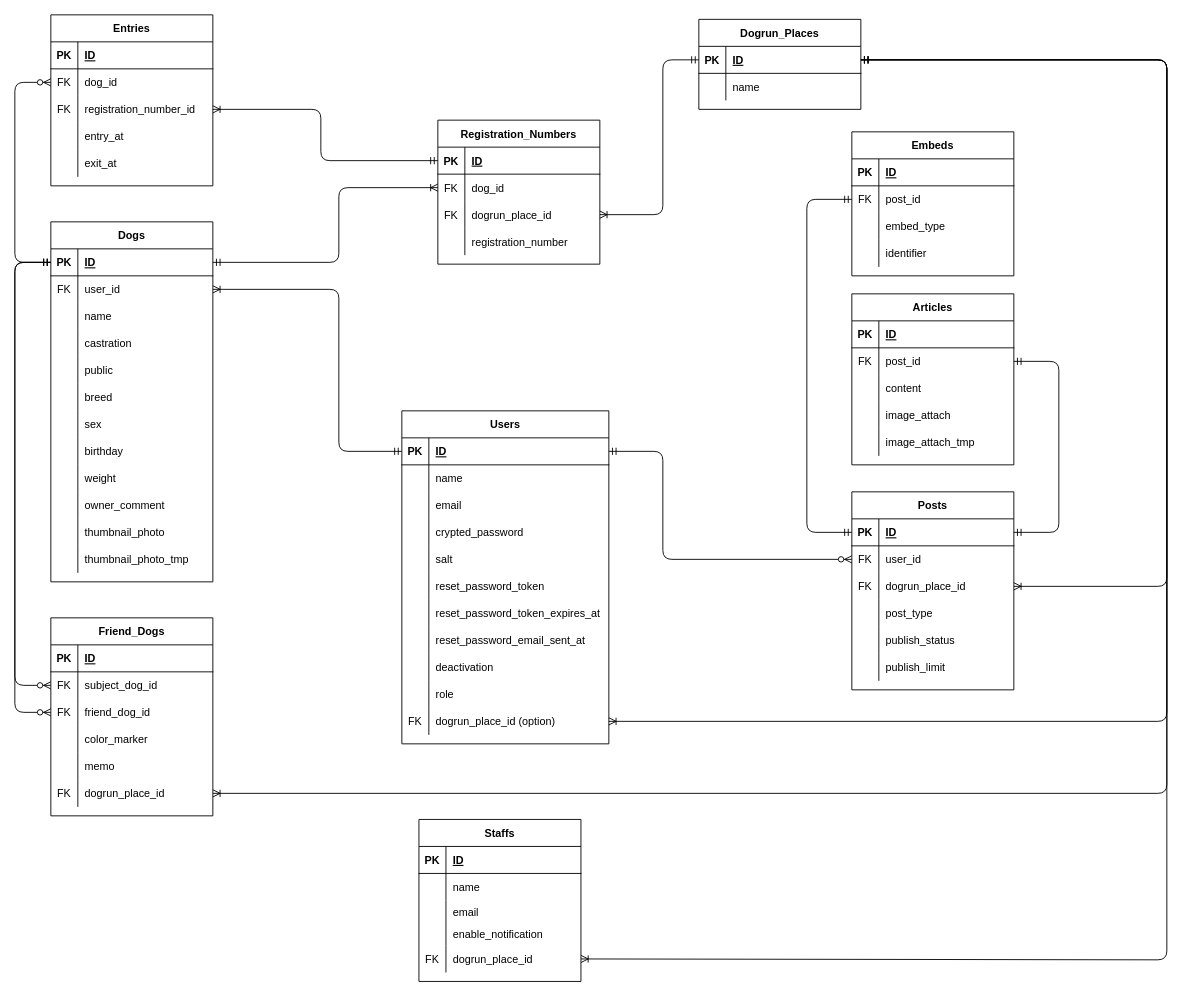
This is ER_diagram.drawio from Kedaruma-Bond/dogrun_connect_app, a draw.io file, before an edit. Source tidied: cells renumbered, new cells numbered last; positions are measured from the earlier drawing's top-left corner, leaving out a move shared by most shapes. Both pictures are drawn from the tidied source at 90%, with x=0, y=0 at pixel (14, 14).
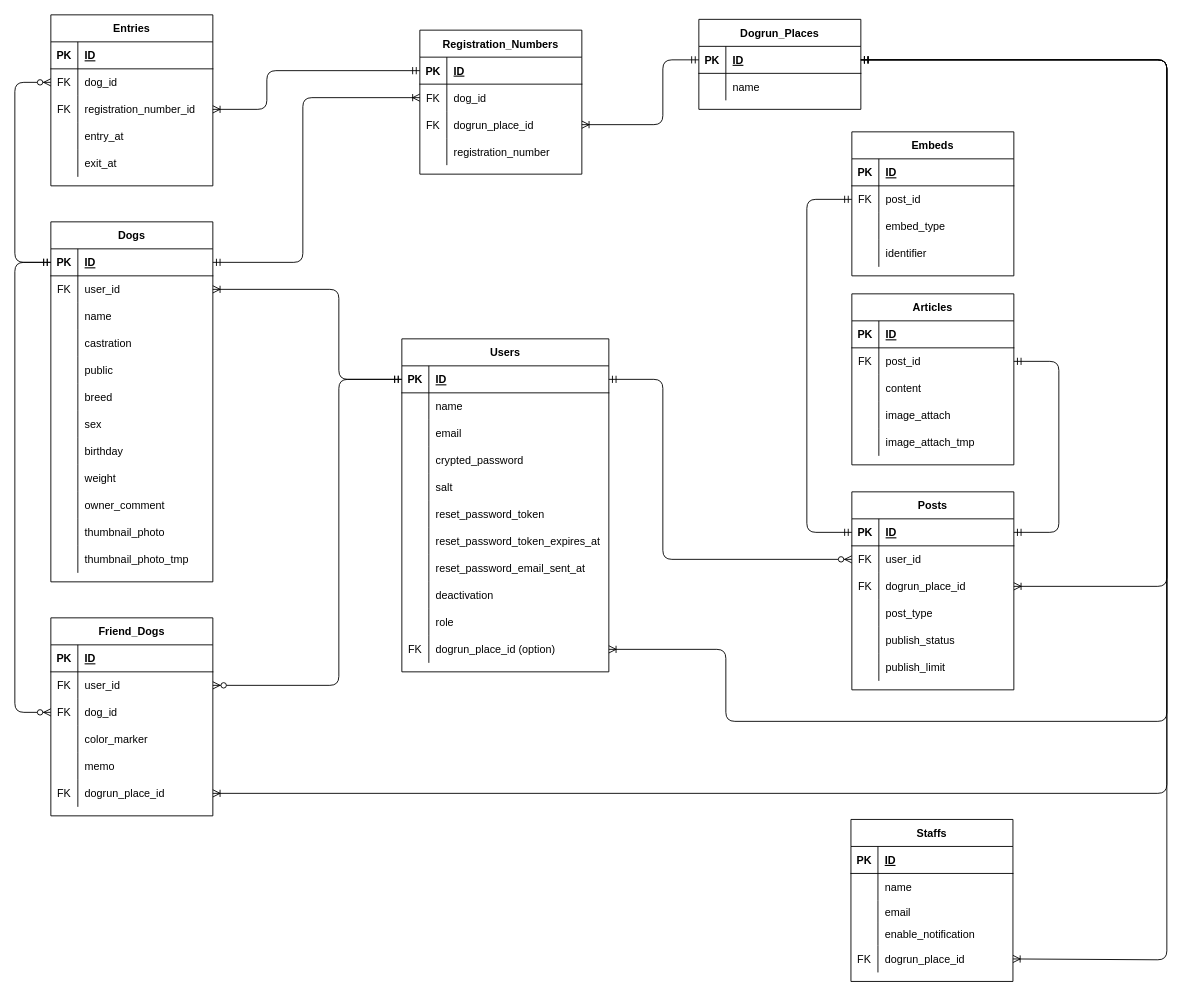
Above is the later version.

Commit message (it also covers changes not shown here):
#32 friend_dog tableのdog参照column無効化+redis storeの動作確認用

The change refers to these unchanged cells:
```xml
<mxCell id="9" style="shape=partialRectangle;fillColor=none;top=0;left=0;bottom=0;right=0;points=[[0,0.5],[1,0.5]];portConstraint=eastwest;" parent="2" vertex="1">
  <mxGeometry y="90" width="180" height="30" as="geometry" />
</mxCell>
<mxCell id="19" style="shape=partialRectangle;fillColor=none;top=0;left=0;bottom=1;right=0;points=[[0,0.5],[1,0.5]];portConstraint=eastwest;" parent="18" vertex="1">
  <mxGeometry y="30" width="230" height="30" as="geometry" />
</mxCell>
<mxCell id="49" style="shape=partialRectangle;fillColor=none;top=0;left=0;bottom=0;right=0;points=[[0,0.5],[1,0.5]];portConstraint=eastwest;" parent="18" vertex="1">
  <mxGeometry y="330" width="230" height="30" as="geometry" />
</mxCell>
<mxCell id="69" style="shape=partialRectangle;fillColor=none;top=0;left=0;bottom=1;right=0;points=[[0,0.5],[1,0.5]];portConstraint=eastwest;" parent="68" vertex="1">
  <mxGeometry y="30" width="180" height="30" as="geometry" />
</mxCell>
<mxCell id="72" style="shape=partialRectangle;fillColor=none;top=0;left=0;bottom=0;right=0;points=[[0,0.5],[1,0.5]];portConstraint=eastwest;" parent="68" vertex="1">
  <mxGeometry y="60" width="180" height="30" as="geometry" />
</mxCell>
<mxCell id="109" style="shape=partialRectangle;fillColor=none;top=0;left=0;bottom=0;right=0;points=[[0,0.5],[1,0.5]];portConstraint=eastwest;" parent="105" vertex="1">
  <mxGeometry y="60" width="180" height="30" as="geometry" />
</mxCell>
<mxCell id="131" style="shape=partialRectangle;fillColor=none;top=0;left=0;bottom=0;right=0;points=[[0,0.5],[1,0.5]];portConstraint=eastwest;" parent="127" vertex="1">
  <mxGeometry y="60" width="180" height="30" as="geometry" />
</mxCell>
<mxCell id="134" style="shape=partialRectangle;fillColor=none;top=0;left=0;bottom=0;right=0;points=[[0,0.5],[1,0.5]];portConstraint=eastwest;" parent="127" vertex="1">
  <mxGeometry y="90" width="180" height="30" as="geometry" />
</mxCell>
<mxCell id="149" style="shape=tableRow;horizontal=0;startSize=0;swimlaneHead=0;swimlaneBody=0;fillColor=none;points=[[0,0.5],[1,0.5]];portConstraint=eastwest;top=0;left=0;right=0;bottom=1;" parent="148" vertex="1">
  <mxGeometry y="30" width="180" height="30" as="geometry" />
</mxCell>
<mxCell id="152" style="shape=tableRow;horizontal=0;startSize=0;swimlaneHead=0;swimlaneBody=0;fillColor=none;points=[[0,0.5],[1,0.5]];portConstraint=eastwest;top=0;left=0;right=0;bottom=0;strokeColor=none;" parent="148" vertex="1">
  <mxGeometry y="60" width="180" height="30" as="geometry" />
</mxCell>
<mxCell id="155" style="shape=tableRow;horizontal=0;startSize=0;swimlaneHead=0;swimlaneBody=0;fillColor=none;points=[[0,0.5],[1,0.5]];portConstraint=eastwest;top=0;left=0;right=0;bottom=0;strokeColor=none;" parent="148" vertex="1">
  <mxGeometry y="90" width="180" height="30" as="geometry" />
</mxCell>
<mxCell id="164" style="shape=tableRow;horizontal=0;startSize=0;swimlaneHead=0;swimlaneBody=0;fillColor=none;points=[[0,0.5],[1,0.5]];portConstraint=eastwest;top=0;left=0;right=0;bottom=1;" parent="163" vertex="1">
  <mxGeometry y="30" width="180" height="30" as="geometry" />
</mxCell>
```

What changed in the source:
```diff
@@
     <mxCell id="18" value="Users" style="shape=table;startSize=30;childLayout=tableLayout;rowLines=0;fontStyle=1;align=center;" parent="1" vertex="1">
-      <mxGeometry x="430" y="440" width="230" height="370" as="geometry" />
+      <mxGeometry x="430" y="360" width="230" height="370" as="geometry" />
     </mxCell>
@@
     <mxCell id="52" value="Staffs" style="shape=table;startSize=30;childLayout=tableLayout;rowLines=0;fontStyle=1;align=center;" parent="1" vertex="1">
-      <mxGeometry x="449" y="894" width="180" height="180" as="geometry" />
+      <mxGeometry x="929" y="894" width="180" height="180" as="geometry" />
     </mxCell>
@@
     <mxCell id="125" style="edgeStyle=orthogonalEdgeStyle;fontSize=12;html=1;endArrow=ERzeroToMany;startArrow=ERmandOne;exitX=1;exitY=0.5;exitDx=0;exitDy=0;entryX=0;entryY=0.5;entryDx=0;entryDy=0;" parent="1" edge="1" source="19" target="109">
       <mxGeometry relative="1" as="geometry">
         <Array as="points">
-          <mxPoint x="720" y="485" />
+          <mxPoint x="720" y="405" />
           <mxPoint x="720" y="605" />
         </Array>
       </mxGeometry>
     </mxCell>
     <mxCell id="126" style="edgeStyle=orthogonalEdgeStyle;fontSize=12;html=1;endArrow=ERoneToMany;startArrow=ERmandOne;exitX=0;exitY=0.5;exitDx=0;exitDy=0;entryX=1;entryY=0.5;entryDx=0;entryDy=0;" parent="1" edge="1" source="19" target="72">
       <mxGeometry relative="1" as="geometry">
         <Array as="points">
-          <mxPoint x="360" y="485" />
+          <mxPoint x="360" y="405" />
           <mxPoint x="360" y="305" />
         </Array>
       </mxGeometry>
     </mxCell>
@@
-    <mxCell id="133" value="subject_dog_id" style="shape=partialRectangle;fillColor=none;top=0;left=0;bottom=0;right=0;align=left;spacingLeft=6;overflow=hidden;" parent="131" vertex="1">
+    <mxCell id="133" value="user_id" style="shape=partialRectangle;fillColor=none;top=0;left=0;bottom=0;right=0;align=left;spacingLeft=6;overflow=hidden;" parent="131" vertex="1">
       <mxGeometry x="30" width="150" height="30" as="geometry" />
     </mxCell>
@@
-    <mxCell id="136" value="friend_dog_id" style="shape=partialRectangle;fillColor=none;top=0;left=0;bottom=0;right=0;align=left;spacingLeft=6;overflow=hidden;" parent="134" vertex="1">
+    <mxCell id="136" value="dog_id" style="shape=partialRectangle;fillColor=none;top=0;left=0;bottom=0;right=0;align=left;spacingLeft=6;overflow=hidden;" parent="134" vertex="1">
       <mxGeometry x="30" width="150" height="30" as="geometry" />
     </mxCell>
@@
-    <mxCell id="146" style="edgeStyle=orthogonalEdgeStyle;fontSize=12;html=1;endArrow=ERzeroToMany;startArrow=ERmandOne;exitX=0;exitY=0.5;exitDx=0;exitDy=0;entryX=0;entryY=0.5;entryDx=0;entryDy=0;" parent="1" edge="1" source="69" target="131">
+    <mxCell id="146" style="edgeStyle=orthogonalEdgeStyle;fontSize=12;html=1;endArrow=ERzeroToMany;startArrow=ERmandOne;entryX=1;entryY=0.5;entryDx=0;entryDy=0;exitX=0;exitY=0.5;exitDx=0;exitDy=0;" parent="1" edge="1" source="19" target="131">
       <mxGeometry relative="1" as="geometry">
         <Array as="points">
-          <mxPoint y="275" />
-          <mxPoint y="745" />
+          <mxPoint x="360" y="405" />
+          <mxPoint x="360" y="745" />
         </Array>
       </mxGeometry>
     </mxCell>
@@
     <mxCell id="148" value="Registration_Numbers" style="shape=table;startSize=30;childLayout=tableLayout;rowLines=0;fontStyle=1;align=center;" parent="1" vertex="1">
-      <mxGeometry x="470" y="117" width="180" height="160" as="geometry" />
+      <mxGeometry x="450" y="17" width="180" height="160" as="geometry" />
     </mxCell>
@@
     <mxCell id="161" style="edgeStyle=orthogonalEdgeStyle;fontSize=12;html=1;endArrow=ERoneToMany;startArrow=ERmandOne;exitX=1;exitY=0.5;exitDx=0;exitDy=0;entryX=0;entryY=0.5;entryDx=0;entryDy=0;" parent="1" edge="1" source="69" target="152">
       <mxGeometry relative="1" as="geometry">
         <Array as="points">
-          <mxPoint x="360" y="275" />
-          <mxPoint x="360" y="192" />
+          <mxPoint x="320" y="275" />
+          <mxPoint x="320" y="92" />
         </Array>
       </mxGeometry>
     </mxCell>
     <mxCell id="162" style="edgeStyle=orthogonalEdgeStyle;fontSize=12;html=1;endArrow=ERoneToMany;startArrow=ERmandOne;exitX=0;exitY=0.5;exitDx=0;exitDy=0;entryX=1;entryY=0.5;entryDx=0;entryDy=0;" parent="1" edge="1" source="149" target="9">
       <mxGeometry relative="1" as="geometry">
         <Array as="points">
-          <mxPoint x="340" y="162" />
-          <mxPoint x="340" y="105" />
+          <mxPoint x="280" y="62" />
+          <mxPoint x="280" y="105" />
         </Array>
       </mxGeometry>
     </mxCell>
@@
     <mxCell id="170" style="edgeStyle=orthogonalEdgeStyle;fontSize=12;html=1;endArrow=ERoneToMany;startArrow=ERmandOne;exitX=0;exitY=0.5;exitDx=0;exitDy=0;entryX=1;entryY=0.5;entryDx=0;entryDy=0;" parent="1" edge="1" source="164" target="155">
       <mxGeometry relative="1" as="geometry">
         <Array as="points">
           <mxPoint x="720" y="50" />
-          <mxPoint x="720" y="222" />
+          <mxPoint x="720" y="122" />
         </Array>
       </mxGeometry>
     </mxCell>
     <mxCell id="171" style="edgeStyle=orthogonalEdgeStyle;fontSize=12;html=1;endArrow=ERoneToMany;startArrow=ERmandOne;exitX=1;exitY=0.5;exitDx=0;exitDy=0;entryX=1;entryY=0.5;entryDx=0;entryDy=0;" parent="1" edge="1" source="164" target="49">
       <mxGeometry relative="1" as="geometry">
         <Array as="points">
           <mxPoint x="1280" y="50" />
           <mxPoint x="1280" y="785" />
+          <mxPoint x="790" y="785" />
+          <mxPoint x="790" y="705" />
         </Array>
       </mxGeometry>
     </mxCell>
```
